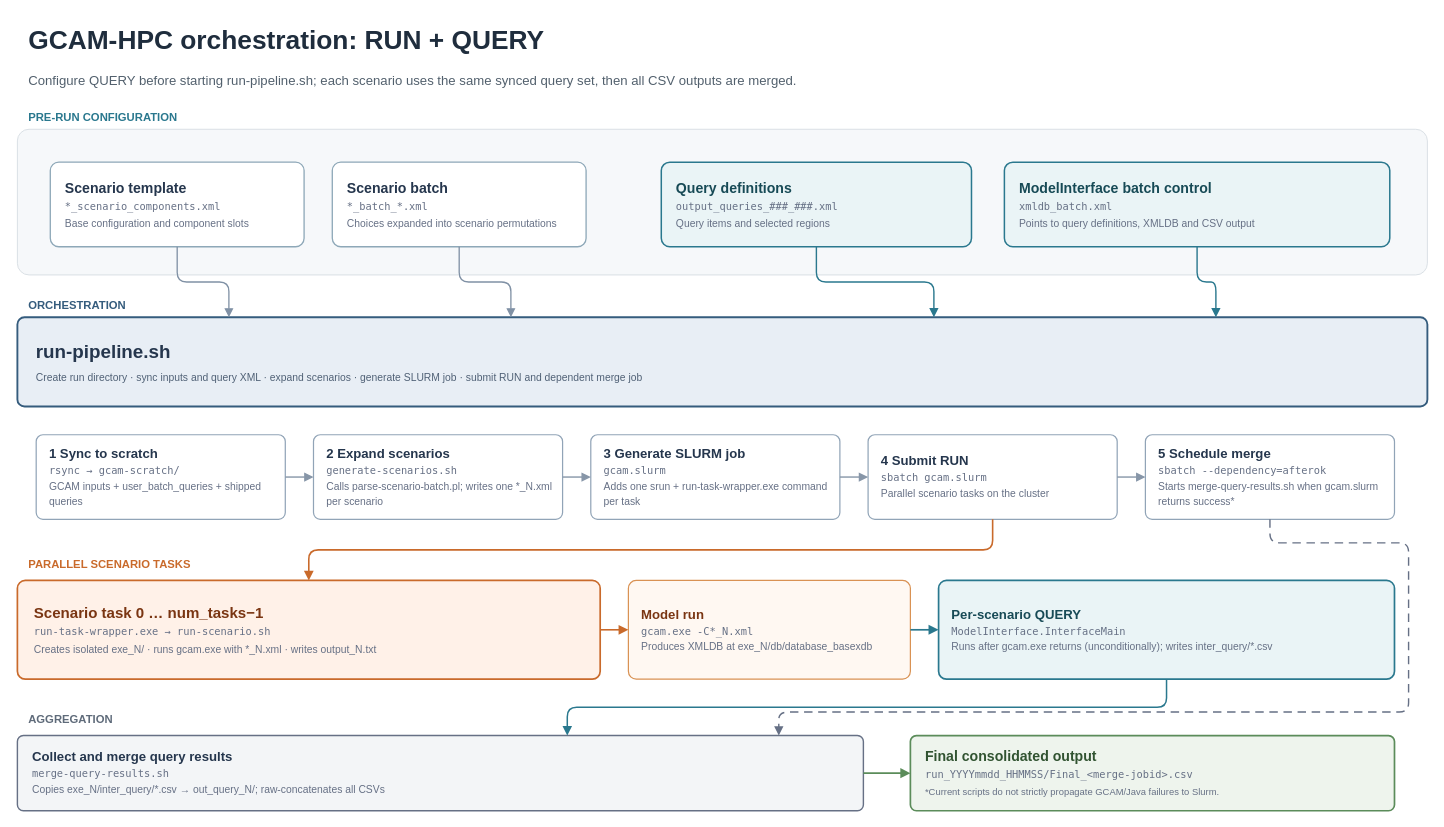
Before: asset/tutorial/gcam-hpc-tutorial.drawio in jerrysong0128/gcam-hpc-PKU, a draw.io diagram. Source tidied: cells renumbered, new cells numbered last; positions are measured from the earlier drawing's top-left corner, leaving out a move shared by most shapes. Both pictures are drawn from the tidied source at 94%, with x=0, y=0 at pixel (17, 16).
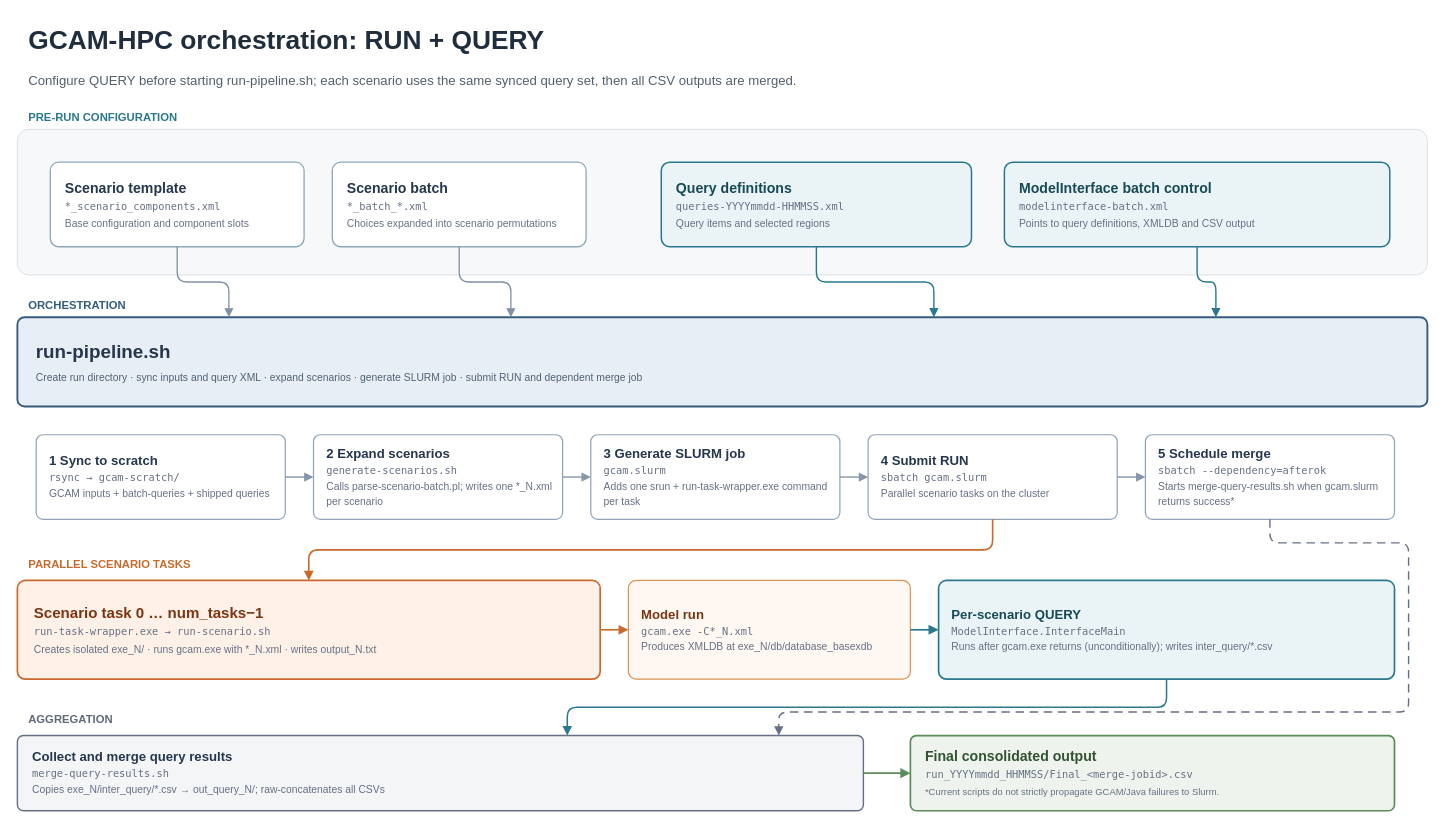
The same page after the edit.

Diff of the diagram source:
```diff
@@
-    <mxCell id="8" value="&lt;b&gt;Query definitions&lt;/b&gt;&lt;br&gt;&lt;span style=&quot;font-family:Menlo;font-size:11px;color:#667085&quot;&gt;output_queries_###_###.xml&lt;/span&gt;&lt;br&gt;&lt;span style=&quot;font-size:11px;color:#667085&quot;&gt;Query items and selected regions&lt;/span&gt;" style="rounded=1;arcSize=10;whiteSpace=wrap;html=1;fillColor=#EAF4F6;strokeColor=#2A788E;strokeWidth=1.6;fontFamily=Helvetica;fontSize=15;fontColor=#174A56;align=left;verticalAlign=middle;spacingLeft=14;" parent="1" vertex="1">
+    <mxCell id="8" value="&lt;b&gt;Query definitions&lt;/b&gt;&lt;br&gt;&lt;span style=&quot;font-family:Menlo;font-size:11px;color:#667085&quot;&gt;queries-YYYYmmdd-HHMMSS.xml&lt;/span&gt;&lt;br&gt;&lt;span style=&quot;font-size:11px;color:#667085&quot;&gt;Query items and selected regions&lt;/span&gt;" style="rounded=1;arcSize=10;whiteSpace=wrap;html=1;fillColor=#EAF4F6;strokeColor=#2A788E;strokeWidth=1.6;fontFamily=Helvetica;fontSize=15;fontColor=#174A56;align=left;verticalAlign=middle;spacingLeft=14;" parent="1" vertex="1">
       <mxGeometry x="685" y="155" width="330" height="90" as="geometry" />
     </mxCell>
-    <mxCell id="9" value="&lt;b&gt;ModelInterface batch control&lt;/b&gt;&lt;br&gt;&lt;span style=&quot;font-family:Menlo;font-size:11px;color:#667085&quot;&gt;xmldb_batch.xml&lt;/span&gt;&lt;br&gt;&lt;span style=&quot;font-size:11px;color:#667085&quot;&gt;Points to query definitions, XMLDB and CSV output&lt;/span&gt;" style="rounded=1;arcSize=10;whiteSpace=wrap;html=1;fillColor=#EAF4F6;strokeColor=#2A788E;strokeWidth=1.6;fontFamily=Helvetica;fontSize=15;fontColor=#174A56;align=left;verticalAlign=middle;spacingLeft=14;" parent="1" vertex="1">
+    <mxCell id="9" value="&lt;b&gt;ModelInterface batch control&lt;/b&gt;&lt;br&gt;&lt;span style=&quot;font-family:Menlo;font-size:11px;color:#667085&quot;&gt;modelinterface-batch.xml&lt;/span&gt;&lt;br&gt;&lt;span style=&quot;font-size:11px;color:#667085&quot;&gt;Points to query definitions, XMLDB and CSV output&lt;/span&gt;" style="rounded=1;arcSize=10;whiteSpace=wrap;html=1;fillColor=#EAF4F6;strokeColor=#2A788E;strokeWidth=1.6;fontFamily=Helvetica;fontSize=15;fontColor=#174A56;align=left;verticalAlign=middle;spacingLeft=14;" parent="1" vertex="1">
       <mxGeometry x="1050" y="155" width="410" height="90" as="geometry" />
     </mxCell>
@@
-    <mxCell id="12" value="&lt;b&gt;1  Sync to scratch&lt;/b&gt;&lt;br&gt;&lt;span style=&quot;font-family:Menlo;font-size:11px;color:#667085&quot;&gt;rsync → gcam-scratch/&lt;/span&gt;&lt;br&gt;&lt;span style=&quot;font-size:11px;color:#667085&quot;&gt;GCAM inputs + user_batch_queries + shipped queries&lt;/span&gt;" style="rounded=1;arcSize=8;whiteSpace=wrap;html=1;fillColor=#FFFFFF;strokeColor=#91A4B7;strokeWidth=1.3;fontFamily=Helvetica;fontSize=14;fontColor=#25364D;align=left;verticalAlign=middle;spacingLeft=12;" parent="1" vertex="1">
+    <mxCell id="12" value="&lt;b&gt;1  Sync to scratch&lt;/b&gt;&lt;br&gt;&lt;span style=&quot;font-family:Menlo;font-size:11px;color:#667085&quot;&gt;rsync → gcam-scratch/&lt;/span&gt;&lt;br&gt;&lt;span style=&quot;font-size:11px;color:#667085&quot;&gt;GCAM inputs + batch-queries + shipped queries&lt;/span&gt;" style="rounded=1;arcSize=8;whiteSpace=wrap;html=1;fillColor=#FFFFFF;strokeColor=#91A4B7;strokeWidth=1.3;fontFamily=Helvetica;fontSize=14;fontColor=#25364D;align=left;verticalAlign=middle;spacingLeft=12;" parent="1" vertex="1">
       <mxGeometry x="20" y="445" width="265" height="90" as="geometry" />
     </mxCell>
```
